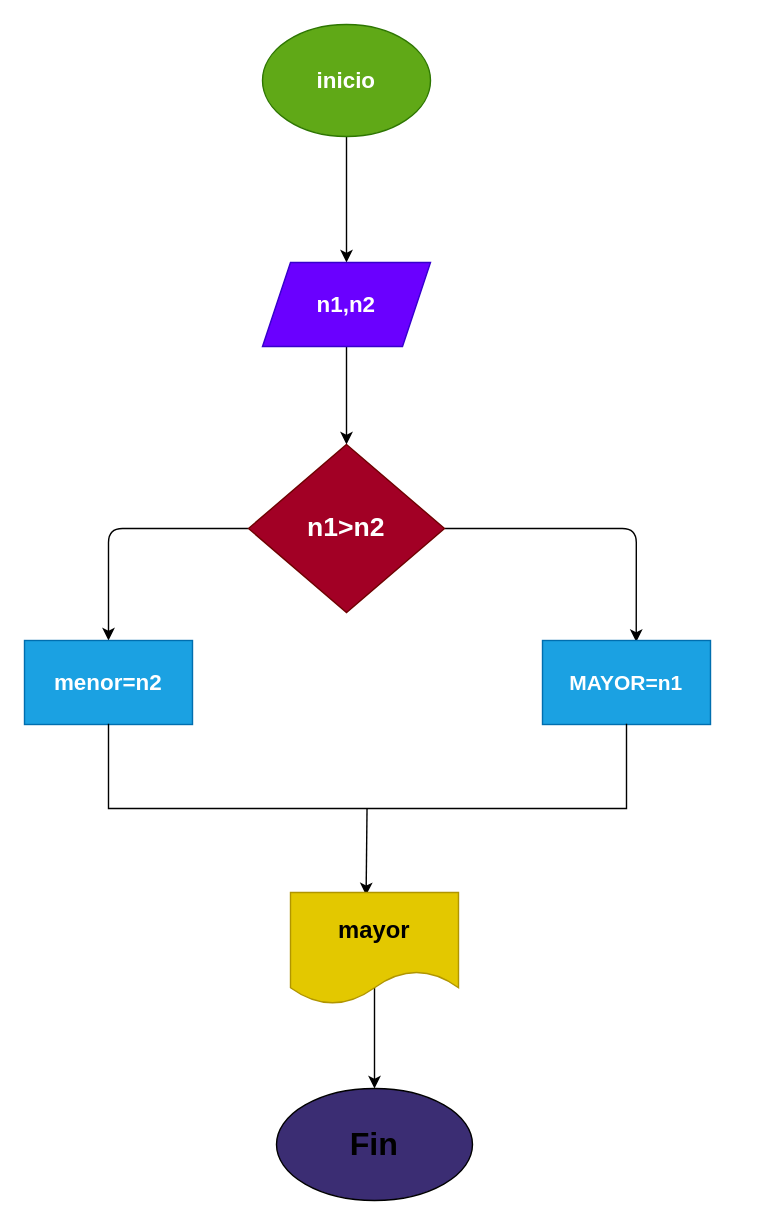
Earlier version of the draw.io diagram diagrama.drawio (Orlando77111/mayor_2enteros). Source tidied: cells renumbered, new cells numbered last; positions are measured from the earlier drawing's top-left corner, leaving out a move shared by most shapes. Both pictures are drawn from the tidied source at 140%, with x=0, y=0 at pixel (24, 24).
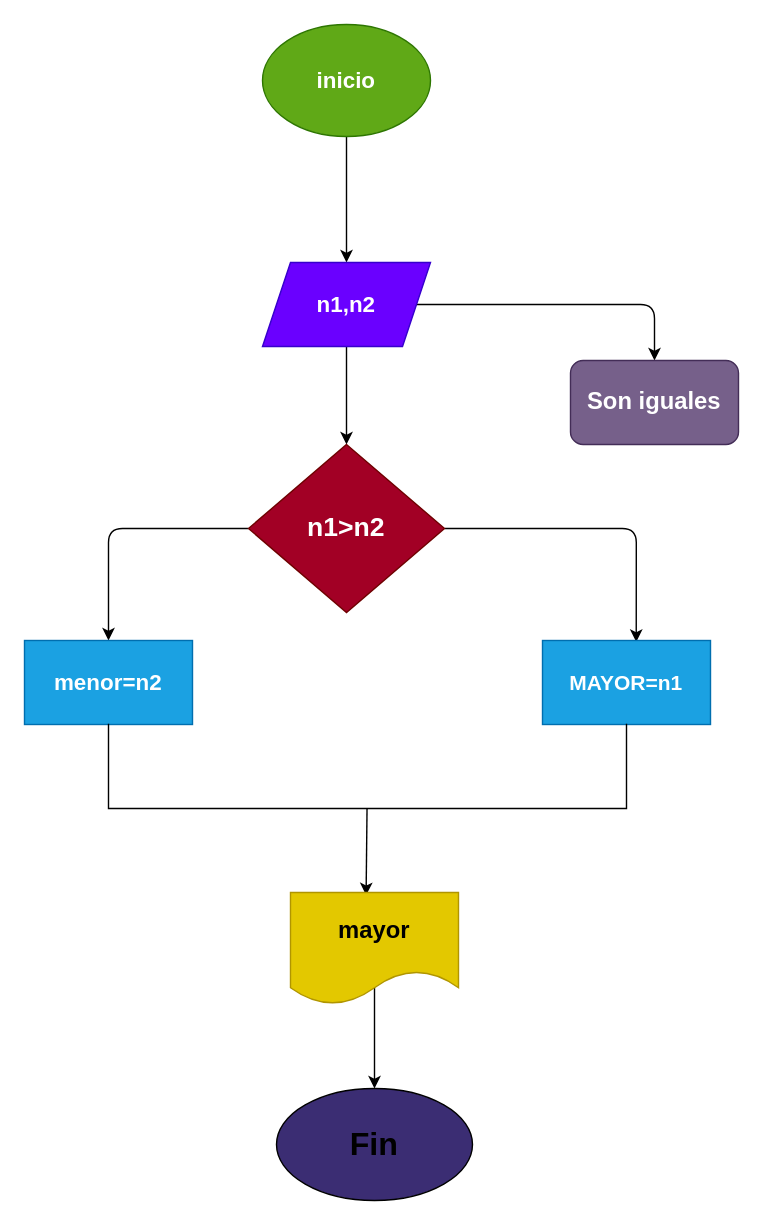
The same page after the edit.

Commit message:
Se ha modificado el diagrama de flujo

Unchanged cells that the change refers to:
```xml
<mxCell id="5" value="&lt;b&gt;&lt;font style=&quot;font-size: 16px;&quot;&gt;n1,n2&lt;/font&gt;&lt;/b&gt;" style="shape=parallelogram;perimeter=parallelogramPerimeter;whiteSpace=wrap;html=1;fixedSize=1;fillColor=#6a00ff;fontColor=#ffffff;strokeColor=#3700CC;" parent="1" vertex="1">
  <mxGeometry x="170" y="170" width="120" height="60" as="geometry" />
</mxCell>
```

What changed in the source:
```diff
@@
+    <mxCell id="16" style="edgeStyle=none;html=1;entryX=0.5;entryY=0;entryDx=0;entryDy=0;fontSize=17;" parent="1" edge="1" source="5" target="17">
+      <mxGeometry relative="1" as="geometry">
+        <Array as="points">
+          <mxPoint x="450" y="200" />
+        </Array>
+      </mxGeometry>
+    </mxCell>
@@
+    <mxCell id="17" value="&lt;b&gt;&lt;font style=&quot;font-size: 17px;&quot;&gt;Son iguales&lt;/font&gt;&lt;/b&gt;" style="rounded=1;whiteSpace=wrap;html=1;fillColor=#76608a;fontColor=#ffffff;strokeColor=#432D57;" parent="1" vertex="1">
+      <mxGeometry x="390" y="240" width="120" height="60" as="geometry" />
+    </mxCell>
```
